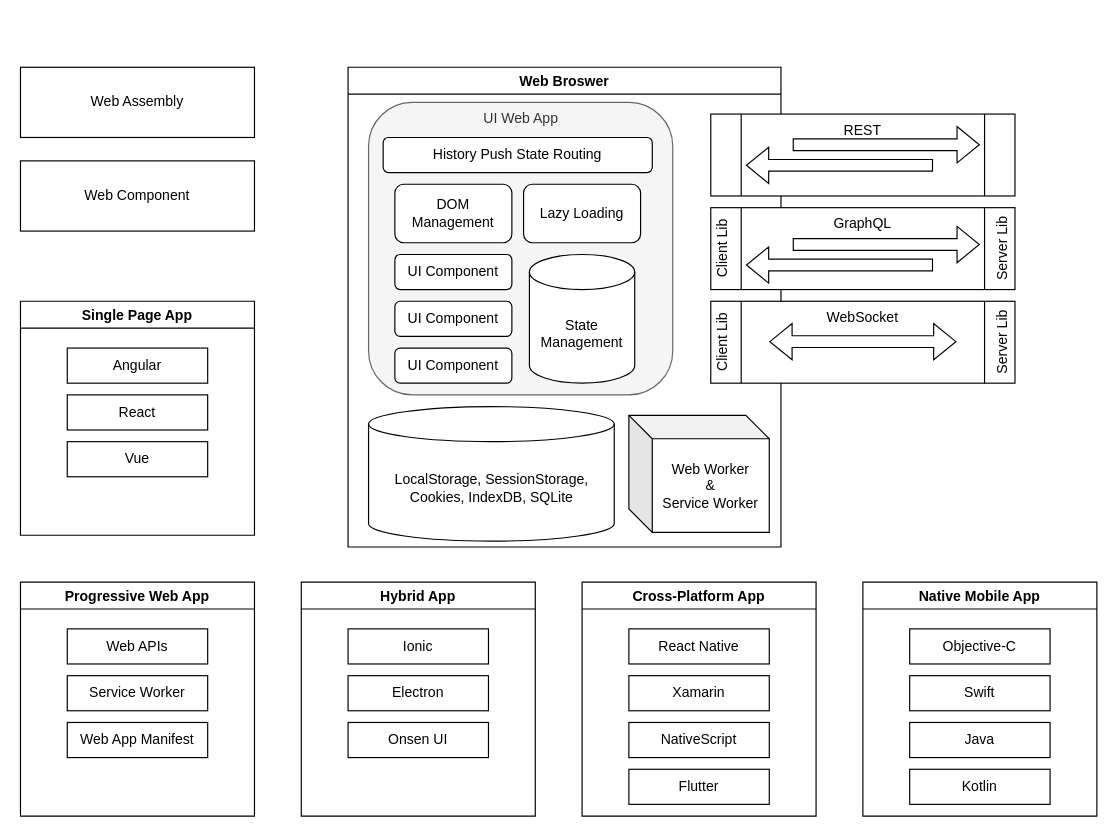
This is Frontend-Arch.drawio from hikumealan/draw-io-diagrams, a draw.io file, before an edit. Source tidied: cells renumbered, new cells numbered last; positions are measured from the earlier drawing's top-left corner, leaving out a move shared by most shapes. Both pictures are drawn from the tidied source at 117%, with x=0, y=0 at pixel (20, 67).
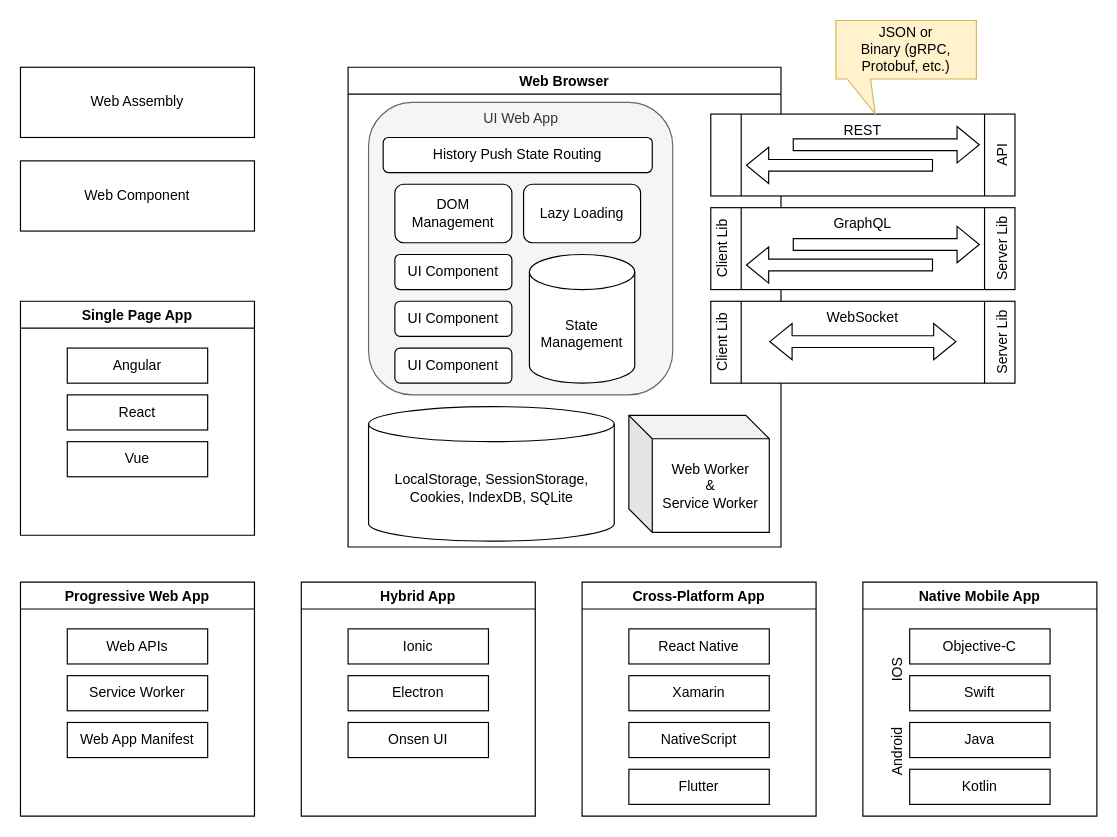
The same diagram, later.

Unchanged cells that the change refers to:
```xml
<mxCell id="2" value="Native Mobile App" style="swimlane;" parent="1" vertex="1">
  <mxGeometry x="720" y="440" width="200" height="200" as="geometry" />
</mxCell>
```

Diff of the diagram source:
```diff
@@
+    <mxCell id="56" value="IOS" style="text;html=1;strokeColor=none;fillColor=none;align=center;verticalAlign=middle;whiteSpace=wrap;rounded=0;rotation=-90;" parent="2" vertex="1">
+      <mxGeometry y="60" width="60" height="30" as="geometry" />
+    </mxCell>
+    <mxCell id="57" value="Android" style="text;html=1;strokeColor=none;fillColor=none;align=center;verticalAlign=middle;whiteSpace=wrap;rounded=0;rotation=-90;" parent="2" vertex="1">
+      <mxGeometry y="130" width="60" height="30" as="geometry" />
+    </mxCell>
@@
-    <mxCell id="25" value="Web Broswer" style="swimlane;" parent="1" vertex="1">
+    <mxCell id="25" value="Web Browser" style="swimlane;" parent="1" vertex="1">
       <mxGeometry x="280" width="370" height="410" as="geometry" />
     </mxCell>
@@
     <mxCell id="36" style="group;" parent="1" vertex="1">
-      <mxGeometry x="590" y="40" width="260" height="70" as="geometry" />
+      <mxGeometry x="590" y="40" width="280" height="70" as="geometry" />
     </mxCell>
@@
+    <mxCell id="58" value="API" style="text;html=1;strokeColor=none;fillColor=none;align=center;verticalAlign=middle;whiteSpace=wrap;rounded=0;rotation=270;" parent="36" vertex="1">
+      <mxGeometry x="220" y="20" width="60" height="30" as="geometry" />
+    </mxCell>
@@
+    <mxCell id="59" value="JSON or&lt;br&gt;Binary (gRPC, Protobuf, etc.)" style="shape=callout;whiteSpace=wrap;html=1;perimeter=calloutPerimeter;fillColor=#fff2cc;strokeColor=#d6b656;position2=0.28;size=30;position=0.08;" parent="1" vertex="1">
+      <mxGeometry x="697" y="-40" width="120" height="80" as="geometry" />
+    </mxCell>
```
